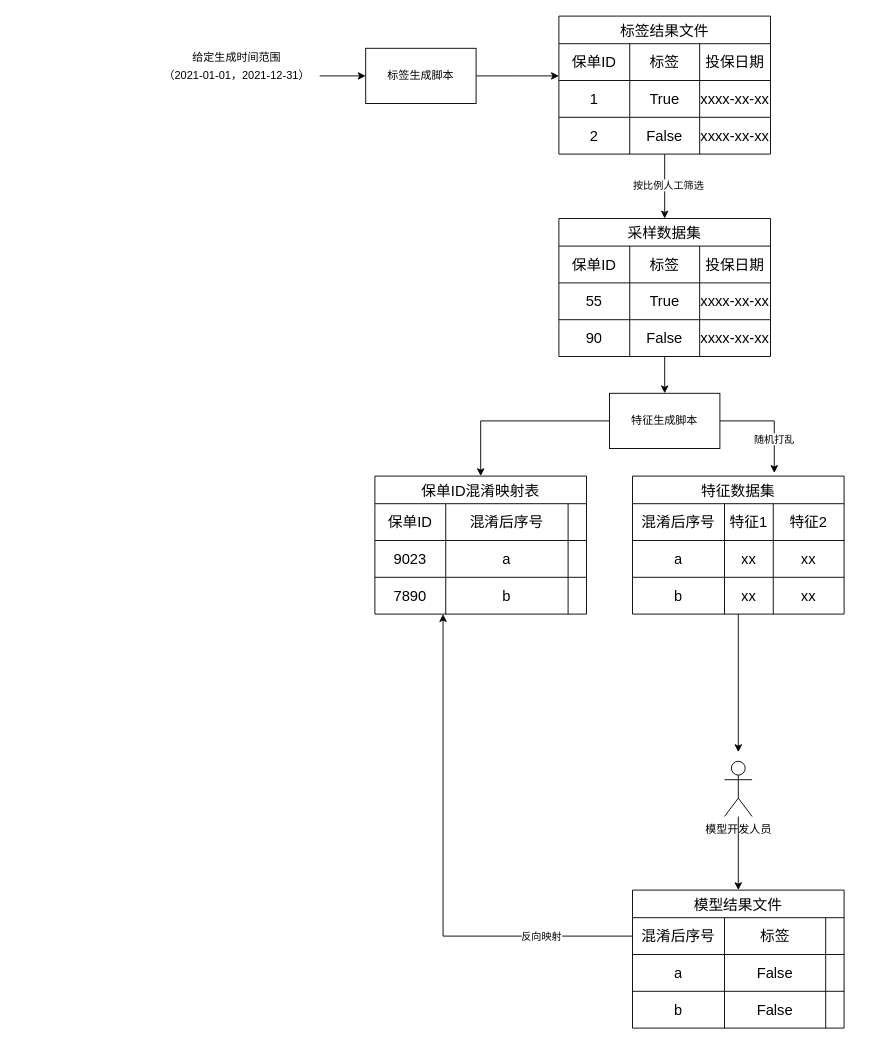
This is 太平/验收方案.drawio from XiaoLiuAI/diagrams, a draw.io file, before an edit. Source tidied: cells renumbered, new cells numbered last; positions are measured from the earlier drawing's top-left corner, leaving out a move shared by most shapes. Both pictures are drawn from the tidied source at 92%, with x=0, y=0 at pixel (154, 16).
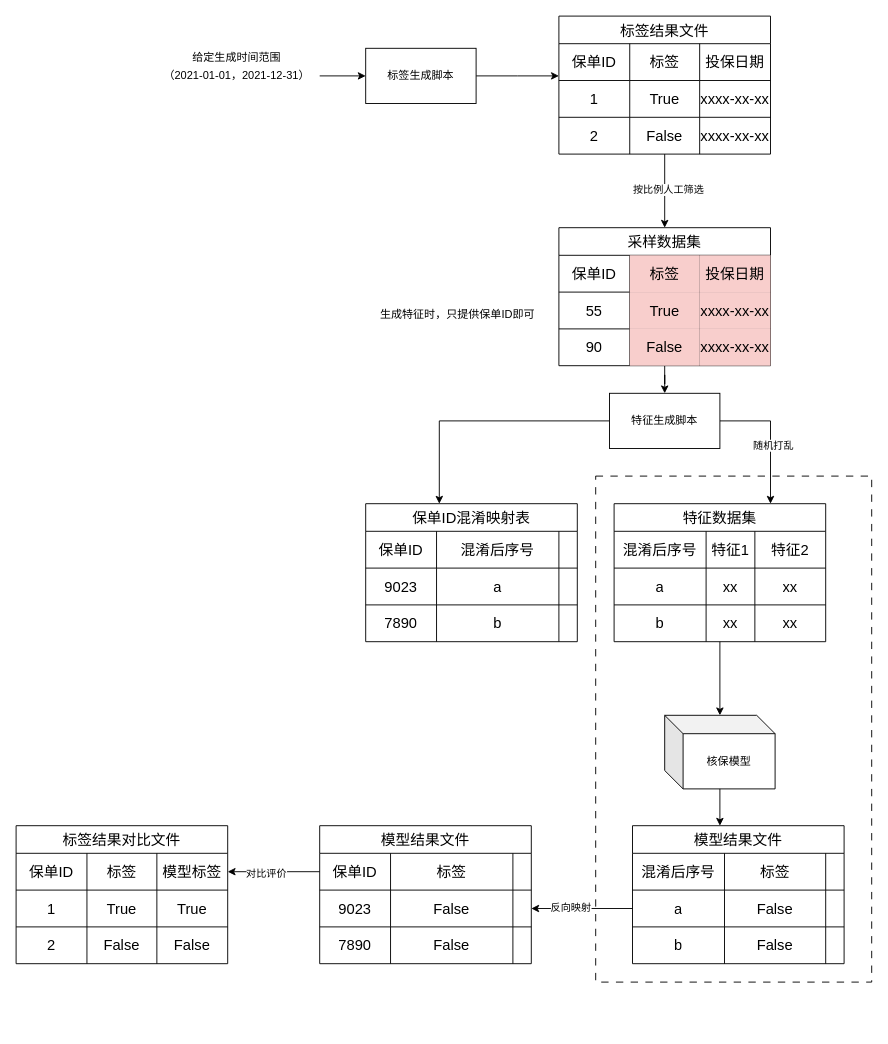
After the change.

Unchanged cells that the change refers to:
```xml
<mxCell id="3" value="特征生成脚本" style="rounded=0;whiteSpace=wrap;html=1;" parent="1" vertex="1">
  <mxGeometry x="495" y="410" width="120" height="60" as="geometry" />
</mxCell>
<mxCell id="26" style="shape=tableRow;horizontal=0;startSize=0;swimlaneHead=0;swimlaneBody=0;strokeColor=inherit;top=0;left=0;bottom=0;right=0;fillColor=none;fontSize=16;" parent="25" vertex="1">
  <mxGeometry y="30" width="230" height="40" as="geometry" />
</mxCell>
<mxCell id="30" style="shape=tableRow;horizontal=0;startSize=0;swimlaneHead=0;swimlaneBody=0;strokeColor=inherit;top=0;left=0;bottom=0;right=0;fillColor=none;fontSize=16;" parent="25" vertex="1">
  <mxGeometry y="70" width="230" height="40" as="geometry" />
</mxCell>
<mxCell id="34" style="shape=tableRow;horizontal=0;startSize=0;swimlaneHead=0;swimlaneBody=0;strokeColor=inherit;top=0;left=0;bottom=0;right=0;fillColor=none;fontSize=16;" parent="25" vertex="1">
  <mxGeometry y="110" width="230" height="40" as="geometry" />
</mxCell>
<mxCell id="47" style="shape=tableRow;horizontal=0;startSize=0;swimlaneHead=0;swimlaneBody=0;strokeColor=inherit;top=0;left=0;bottom=0;right=0;fillColor=none;points=[[0,0.5],[1,0.5]];portConstraint=eastwest;fontSize=16;" parent="38" vertex="1">
  <mxGeometry y="110" width="230" height="40" as="geometry" />
</mxCell>
<mxCell id="70" style="shape=tableRow;horizontal=0;startSize=0;swimlaneHead=0;swimlaneBody=0;strokeColor=inherit;top=0;left=0;bottom=0;right=0;fillColor=none;points=[[0,0.5],[1,0.5]];portConstraint=eastwest;fontSize=16;" parent="69" vertex="1">
  <mxGeometry y="30" width="230" height="40" as="geometry" />
</mxCell>
<mxCell id="74" style="shape=tableRow;horizontal=0;startSize=0;swimlaneHead=0;swimlaneBody=0;strokeColor=inherit;top=0;left=0;bottom=0;right=0;fillColor=none;points=[[0,0.5],[1,0.5]];portConstraint=eastwest;fontSize=16;" parent="69" vertex="1">
  <mxGeometry y="70" width="230" height="40" as="geometry" />
</mxCell>
```

Diff of the diagram source:
```diff
@@
+    <mxCell id="84" style="rounded=0;whiteSpace=wrap;html=1;fillColor=none;dashed=1;dashPattern=8 8;" parent="1" vertex="1">
+      <mxGeometry x="480" y="500" width="300" height="550" as="geometry" />
+    </mxCell>
     <mxCell id="2" style="edgeStyle=orthogonalEdgeStyle;rounded=0;jettySize=auto;html=1;" parent="1" edge="1" source="3" target="38">
-      <mxGeometry relative="1" as="geometry" />
+      <mxGeometry relative="1" as="geometry">
+        <Array as="points">
+          <mxPoint x="310" y="440" />
+        </Array>
+      </mxGeometry>
     </mxCell>
+    <mxCell id="65" style="edgeStyle=orthogonalEdgeStyle;rounded=0;jettySize=auto;html=1;" parent="1" edge="1" source="3" target="52">
+      <mxGeometry relative="1" as="geometry">
+        <Array as="points">
+          <mxPoint x="670" y="440" />
+        </Array>
+      </mxGeometry>
+    </mxCell>
+    <mxCell id="66" value="随机打乱" style="edgeLabel;html=1;align=center;verticalAlign=middle;" parent="65" vertex="1">
+      <mxGeometry x="0.12" y="2" relative="1" as="geometry" />
+    </mxCell>
@@
     <mxCell id="25" value="采样数据集" style="shape=table;startSize=30;childLayout=tableLayout;strokeColor=default;fontSize=16;" parent="1" vertex="1">
-      <mxGeometry x="440" y="220" width="230" height="150" as="geometry" />
+      <mxGeometry x="440" y="230" width="230" height="150" as="geometry" />
     </mxCell>
@@
-    <mxCell id="28" value="标签" style="shape=partialRectangle;html=1;whiteSpace=wrap;strokeColor=inherit;overflow=hidden;fillColor=none;top=0;left=0;bottom=0;right=0;fontSize=16;" parent="26" vertex="1">
+    <mxCell id="28" value="标签" style="shape=partialRectangle;html=1;whiteSpace=wrap;strokeColor=#b85450;overflow=hidden;fillColor=#f8cecc;top=0;left=0;bottom=0;right=0;fontSize=16;" parent="26" vertex="1">
       <mxGeometry x="77" width="76" height="40" as="geometry" />
     </mxCell>
-    <mxCell id="29" value="投保日期" style="shape=partialRectangle;html=1;whiteSpace=wrap;strokeColor=inherit;overflow=hidden;fillColor=none;top=0;left=0;bottom=0;right=0;fontSize=16;" parent="26" vertex="1">
+    <mxCell id="29" value="投保日期" style="shape=partialRectangle;html=1;whiteSpace=wrap;strokeColor=#b85450;overflow=hidden;fillColor=#f8cecc;top=0;left=0;bottom=0;right=0;fontSize=16;" parent="26" vertex="1">
       <mxGeometry x="153" width="77" height="40" as="geometry" />
     </mxCell>
@@
-    <mxCell id="32" value="True" style="shape=partialRectangle;html=1;whiteSpace=wrap;strokeColor=inherit;overflow=hidden;fillColor=none;top=0;left=0;bottom=0;right=0;fontSize=16;" parent="30" vertex="1">
+    <mxCell id="32" value="True" style="shape=partialRectangle;html=1;whiteSpace=wrap;strokeColor=#b85450;overflow=hidden;fillColor=#f8cecc;top=0;left=0;bottom=0;right=0;fontSize=16;" parent="30" vertex="1">
       <mxGeometry x="77" width="76" height="40" as="geometry" />
     </mxCell>
-    <mxCell id="33" value="xxxx-xx-xx" style="shape=partialRectangle;html=1;whiteSpace=wrap;strokeColor=inherit;overflow=hidden;fillColor=none;top=0;left=0;bottom=0;right=0;fontSize=16;" parent="30" vertex="1">
+    <mxCell id="33" value="xxxx-xx-xx" style="shape=partialRectangle;html=1;whiteSpace=wrap;strokeColor=#b85450;overflow=hidden;fillColor=#f8cecc;top=0;left=0;bottom=0;right=0;fontSize=16;" parent="30" vertex="1">
       <mxGeometry x="153" width="77" height="40" as="geometry" />
     </mxCell>
@@
-    <mxCell id="36" value="False" style="shape=partialRectangle;html=1;whiteSpace=wrap;strokeColor=inherit;overflow=hidden;fillColor=none;top=0;left=0;bottom=0;right=0;fontSize=16;" parent="34" vertex="1">
+    <mxCell id="36" value="False" style="shape=partialRectangle;html=1;whiteSpace=wrap;strokeColor=#b85450;overflow=hidden;fillColor=#f8cecc;top=0;left=0;bottom=0;right=0;fontSize=16;" parent="34" vertex="1">
       <mxGeometry x="77" width="76" height="40" as="geometry" />
     </mxCell>
-    <mxCell id="37" value="xxxx-xx-xx" style="shape=partialRectangle;html=1;whiteSpace=wrap;strokeColor=inherit;overflow=hidden;fillColor=none;top=0;left=0;bottom=0;right=0;fontSize=16;" parent="34" vertex="1">
+    <mxCell id="37" value="xxxx-xx-xx" style="shape=partialRectangle;html=1;whiteSpace=wrap;strokeColor=#b85450;overflow=hidden;fillColor=#f8cecc;top=0;left=0;bottom=0;right=0;fontSize=16;" parent="34" vertex="1">
       <mxGeometry x="153" width="77" height="40" as="geometry" />
     </mxCell>
     <mxCell id="38" value="保单ID混淆映射表" style="shape=table;startSize=30;childLayout=tableLayout;strokeColor=default;fontSize=16;" parent="1" vertex="1">
-      <mxGeometry x="240" y="500" width="230" height="150" as="geometry" />
+      <mxGeometry x="230" y="530" width="230" height="150" as="geometry" />
     </mxCell>
@@
-    <mxCell id="51" style="edgeStyle=orthogonalEdgeStyle;rounded=0;jettySize=auto;html=1;" parent="1" edge="1" source="52">
-      <mxGeometry relative="1" as="geometry">
-        <mxPoint x="635" y="800" as="targetPoint" />
-      </mxGeometry>
-    </mxCell>
+    <mxCell id="85" style="edgeStyle=orthogonalEdgeStyle;rounded=0;jettySize=auto;html=1;" parent="1" edge="1" source="52" target="86">
+      <mxGeometry relative="1" as="geometry" />
+    </mxCell>
     <mxCell id="52" value="特征数据集" style="shape=table;startSize=30;childLayout=tableLayout;strokeColor=default;fontSize=16;" parent="1" vertex="1">
-      <mxGeometry x="520" y="500" width="230" height="150" as="geometry" />
+      <mxGeometry x="500" y="530" width="230" height="150" as="geometry" />
     </mxCell>
@@
-    <mxCell id="65" style="edgeStyle=orthogonalEdgeStyle;rounded=0;jettySize=auto;html=1;entryX=0.67;entryY=-0.023;entryDx=0;entryDy=0;entryPerimeter=0;" parent="1" edge="1" source="3" target="52">
-      <mxGeometry relative="1" as="geometry">
-        <Array as="points">
-          <mxPoint x="674" y="440" />
-        </Array>
-      </mxGeometry>
-    </mxCell>
-    <mxCell id="66" value="随机打乱" style="edgeLabel;html=1;align=center;verticalAlign=middle;" parent="65" vertex="1">
-      <mxGeometry x="0.19" y="-4" relative="1" as="geometry">
-        <mxPoint x="3" y="10" as="offset" />
-      </mxGeometry>
-    </mxCell>
-    <mxCell id="67" style="edgeStyle=orthogonalEdgeStyle;rounded=0;jettySize=auto;html=1;entryX=0.5;entryY=0;entryDx=0;entryDy=0;" parent="1" edge="1" source="68" target="69">
-      <mxGeometry relative="1" as="geometry" />
-    </mxCell>
-    <mxCell id="68" value="模型开发人员" style="shape=umlActor;verticalLabelPosition=bottom;verticalAlign=top;html=1;outlineConnect=0;" parent="1" vertex="1">
-      <mxGeometry x="620" y="810" width="30" height="60" as="geometry" />
-    </mxCell>
     <mxCell id="69" value="模型结果文件" style="shape=table;startSize=30;childLayout=tableLayout;strokeColor=default;fontSize=16;" parent="1" vertex="1">
-      <mxGeometry x="520" y="950" width="230" height="150" as="geometry" />
+      <mxGeometry x="520" y="880" width="230" height="150" as="geometry" />
     </mxCell>
@@
-    <mxCell id="82" style="edgeStyle=orthogonalEdgeStyle;rounded=0;jettySize=auto;html=1;entryX=0.322;entryY=1;entryDx=0;entryDy=0;entryPerimeter=0;" parent="1" edge="1" source="70" target="47">
-      <mxGeometry relative="1" as="geometry" />
-    </mxCell>
+    <mxCell id="86" value="核保模型" style="shape=cube;whiteSpace=wrap;html=1;boundedLbl=1;backgroundOutline=1;darkOpacity=0.05;darkOpacity2=0.1;" parent="1" vertex="1">
+      <mxGeometry x="555" y="760" width="120" height="80" as="geometry" />
+    </mxCell>
+    <mxCell id="87" style="edgeStyle=orthogonalEdgeStyle;rounded=0;jettySize=auto;html=1;entryX=0.413;entryY=0;entryDx=0;entryDy=0;entryPerimeter=0;" parent="1" edge="1" source="86" target="69">
+      <mxGeometry relative="1" as="geometry" />
+    </mxCell>
+    <mxCell id="88" value="模型结果文件" style="shape=table;startSize=30;childLayout=tableLayout;strokeColor=default;fontSize=16;" parent="1" vertex="1">
+      <mxGeometry x="180" y="880" width="230" height="150" as="geometry" />
+    </mxCell>
+    <mxCell id="89" style="shape=tableRow;horizontal=0;startSize=0;swimlaneHead=0;swimlaneBody=0;strokeColor=inherit;top=0;left=0;bottom=0;right=0;fillColor=none;points=[[0,0.5],[1,0.5]];portConstraint=eastwest;fontSize=16;" parent="88" vertex="1">
+      <mxGeometry y="30" width="230" height="40" as="geometry" />
+    </mxCell>
+    <mxCell id="90" value="保单ID" style="shape=partialRectangle;html=1;whiteSpace=wrap;strokeColor=inherit;overflow=hidden;fillColor=none;top=0;left=0;bottom=0;right=0;fontSize=16;" parent="89" vertex="1">
+      <mxGeometry width="77" height="40" as="geometry" />
+    </mxCell>
+    <mxCell id="91" value="标签" style="shape=partialRectangle;html=1;whiteSpace=wrap;strokeColor=inherit;overflow=hidden;fillColor=none;top=0;left=0;bottom=0;right=0;fontSize=16;" parent="89" vertex="1">
+      <mxGeometry x="77" width="133" height="40" as="geometry" />
+    </mxCell>
+    <mxCell id="92" style="shape=partialRectangle;html=1;whiteSpace=wrap;strokeColor=inherit;overflow=hidden;fillColor=none;top=0;left=0;bottom=0;right=0;fontSize=16;" parent="89" vertex="1">
+      <mxGeometry x="210" width="20" height="40" as="geometry" />
+    </mxCell>
+    <mxCell id="93" style="shape=tableRow;horizontal=0;startSize=0;swimlaneHead=0;swimlaneBody=0;strokeColor=inherit;top=0;left=0;bottom=0;right=0;fillColor=none;points=[[0,0.5],[1,0.5]];portConstraint=eastwest;fontSize=16;" parent="88" vertex="1">
+      <mxGeometry y="70" width="230" height="40" as="geometry" />
+    </mxCell>
+    <mxCell id="94" value="9023" style="shape=partialRectangle;html=1;whiteSpace=wrap;strokeColor=inherit;overflow=hidden;fillColor=none;top=0;left=0;bottom=0;right=0;fontSize=16;" parent="93" vertex="1">
+      <mxGeometry width="77" height="40" as="geometry" />
+    </mxCell>
+    <mxCell id="95" value="False" style="shape=partialRectangle;html=1;whiteSpace=wrap;strokeColor=inherit;overflow=hidden;fillColor=none;top=0;left=0;bottom=0;right=0;fontSize=16;" parent="93" vertex="1">
+      <mxGeometry x="77" width="133" height="40" as="geometry" />
+    </mxCell>
+    <mxCell id="96" style="shape=partialRectangle;html=1;whiteSpace=wrap;strokeColor=inherit;overflow=hidden;fillColor=none;top=0;left=0;bottom=0;right=0;fontSize=16;" parent="93" vertex="1">
+      <mxGeometry x="210" width="20" height="40" as="geometry" />
+    </mxCell>
+    <mxCell id="97" style="shape=tableRow;horizontal=0;startSize=0;swimlaneHead=0;swimlaneBody=0;strokeColor=inherit;top=0;left=0;bottom=0;right=0;fillColor=none;fontSize=16;" parent="88" vertex="1">
+      <mxGeometry y="110" width="230" height="40" as="geometry" />
+    </mxCell>
+    <mxCell id="98" value="7890" style="shape=partialRectangle;html=1;whiteSpace=wrap;strokeColor=inherit;overflow=hidden;fillColor=none;top=0;left=0;bottom=0;right=0;fontSize=16;" parent="97" vertex="1">
+      <mxGeometry width="77" height="40" as="geometry" />
+    </mxCell>
+    <mxCell id="99" value="False" style="shape=partialRectangle;html=1;whiteSpace=wrap;strokeColor=inherit;overflow=hidden;fillColor=none;top=0;left=0;bottom=0;right=0;fontSize=16;" parent="97" vertex="1">
+      <mxGeometry x="77" width="133" height="40" as="geometry" />
+    </mxCell>
+    <mxCell id="100" style="shape=partialRectangle;html=1;whiteSpace=wrap;strokeColor=inherit;overflow=hidden;fillColor=none;top=0;left=0;bottom=0;right=0;fontSize=16;" parent="97" vertex="1">
+      <mxGeometry x="210" width="20" height="40" as="geometry" />
+    </mxCell>
+    <mxCell id="101" value="标签结果对比文件" style="shape=table;startSize=30;childLayout=tableLayout;strokeColor=default;fontSize=16;" parent="1" vertex="1">
+      <mxGeometry x="-150" y="880" width="230" height="150" as="geometry" />
+    </mxCell>
+    <mxCell id="102" style="shape=tableRow;horizontal=0;startSize=0;swimlaneHead=0;swimlaneBody=0;strokeColor=inherit;top=0;left=0;bottom=0;right=0;fillColor=none;points=[[0,0.5],[1,0.5]];portConstraint=eastwest;fontSize=16;" parent="101" vertex="1">
+      <mxGeometry y="30" width="230" height="40" as="geometry" />
+    </mxCell>
+    <mxCell id="103" value="保单ID" style="shape=partialRectangle;html=1;whiteSpace=wrap;strokeColor=inherit;overflow=hidden;fillColor=none;top=0;left=0;bottom=0;right=0;fontSize=16;" parent="102" vertex="1">
+      <mxGeometry width="77" height="40" as="geometry" />
+    </mxCell>
+    <mxCell id="104" value="标签" style="shape=partialRectangle;html=1;whiteSpace=wrap;strokeColor=inherit;overflow=hidden;fillColor=none;top=0;left=0;bottom=0;right=0;fontSize=16;" parent="102" vertex="1">
+      <mxGeometry x="77" width="76" height="40" as="geometry" />
+    </mxCell>
+    <mxCell id="105" value="模型标签" style="shape=partialRectangle;html=1;whiteSpace=wrap;strokeColor=inherit;overflow=hidden;fillColor=none;top=0;left=0;bottom=0;right=0;fontSize=16;" parent="102" vertex="1">
+      <mxGeometry x="153" width="77" height="40" as="geometry" />
+    </mxCell>
+    <mxCell id="106" style="shape=tableRow;horizontal=0;startSize=0;swimlaneHead=0;swimlaneBody=0;strokeColor=inherit;top=0;left=0;bottom=0;right=0;fillColor=none;fontSize=16;" parent="101" vertex="1">
+      <mxGeometry y="70" width="230" height="40" as="geometry" />
+    </mxCell>
+    <mxCell id="107" value="1" style="shape=partialRectangle;html=1;whiteSpace=wrap;strokeColor=inherit;overflow=hidden;fillColor=none;top=0;left=0;bottom=0;right=0;fontSize=16;" parent="106" vertex="1">
+      <mxGeometry width="77" height="40" as="geometry" />
+    </mxCell>
+    <mxCell id="108" value="True" style="shape=partialRectangle;html=1;whiteSpace=wrap;strokeColor=inherit;overflow=hidden;fillColor=none;top=0;left=0;bottom=0;right=0;fontSize=16;" parent="106" vertex="1">
+      <mxGeometry x="77" width="76" height="40" as="geometry" />
+    </mxCell>
+    <mxCell id="109" value="True" style="shape=partialRectangle;html=1;whiteSpace=wrap;strokeColor=inherit;overflow=hidden;fillColor=none;top=0;left=0;bottom=0;right=0;fontSize=16;" parent="106" vertex="1">
+      <mxGeometry x="153" width="77" height="40" as="geometry" />
+    </mxCell>
+    <mxCell id="110" style="shape=tableRow;horizontal=0;startSize=0;swimlaneHead=0;swimlaneBody=0;strokeColor=inherit;top=0;left=0;bottom=0;right=0;fillColor=none;fontSize=16;" parent="101" vertex="1">
+      <mxGeometry y="110" width="230" height="40" as="geometry" />
+    </mxCell>
+    <mxCell id="111" value="2" style="shape=partialRectangle;html=1;whiteSpace=wrap;strokeColor=inherit;overflow=hidden;fillColor=none;top=0;left=0;bottom=0;right=0;fontSize=16;" parent="110" vertex="1">
+      <mxGeometry width="77" height="40" as="geometry" />
+    </mxCell>
+    <mxCell id="112" value="False" style="shape=partialRectangle;html=1;whiteSpace=wrap;strokeColor=inherit;overflow=hidden;fillColor=none;top=0;left=0;bottom=0;right=0;fontSize=16;" parent="110" vertex="1">
+      <mxGeometry x="77" width="76" height="40" as="geometry" />
+    </mxCell>
+    <mxCell id="113" value="False" style="shape=partialRectangle;html=1;whiteSpace=wrap;strokeColor=inherit;overflow=hidden;fillColor=none;top=0;left=0;bottom=0;right=0;fontSize=16;" parent="110" vertex="1">
+      <mxGeometry x="153" width="77" height="40" as="geometry" />
+    </mxCell>
+    <mxCell id="114" value="生成特征时，只提供保单ID即可" style="text;html=1;strokeColor=none;fillColor=none;align=center;verticalAlign=middle;whiteSpace=wrap;rounded=0;" parent="1" vertex="1">
+      <mxGeometry x="230" y="310" width="200" height="30" as="geometry" />
+    </mxCell>
+    <mxCell id="115" style="edgeStyle=orthogonalEdgeStyle;rounded=0;jettySize=auto;html=1;entryX=1;entryY=0.5;entryDx=0;entryDy=0;" parent="1" edge="1" source="74" target="93">
+      <mxGeometry relative="1" as="geometry" />
+    </mxCell>
-    <mxCell id="83" value="反向映射" style="edgeLabel;html=1;align=center;verticalAlign=middle;" parent="82" vertex="1">
-      <mxGeometry x="-0.35" y="-4" relative="1" as="geometry">
-        <mxPoint x="81" y="4" as="offset" />
-      </mxGeometry>
+    <mxCell id="83" value="反向映射" style="edgeLabel;html=1;align=center;verticalAlign=middle;" parent="115" vertex="1">
+      <mxGeometry x="0.24" y="-2" relative="1" as="geometry" />
     </mxCell>
+    <mxCell id="116" style="edgeStyle=orthogonalEdgeStyle;rounded=0;jettySize=auto;html=1;" parent="1" edge="1" source="89" target="102">
+      <mxGeometry relative="1" as="geometry" />
+    </mxCell>
+    <mxCell id="117" value="对比评价" style="edgeLabel;html=1;align=center;verticalAlign=middle;" parent="116" vertex="1">
+      <mxGeometry x="0.17" y="1" relative="1" as="geometry" />
+    </mxCell>
```
